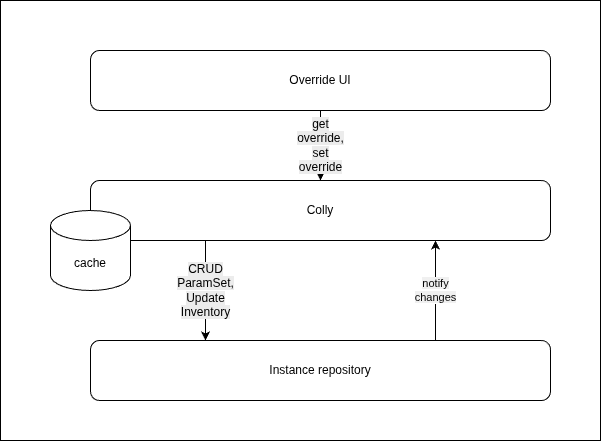
The draw.io diagram docs/images/override-ui-arch.png in sivareddyit/qubership-envgene, before a commit. Source tidied: cells renumbered, new cells last; positions are measured from the earlier drawing's top-left corner, leaving out a move shared by most shapes. Its diagram source:
```xml
<mxGraphModel>
  <root>
    <mxCell id="0" />
    <mxCell id="1" parent="0" />
    <mxCell id="2" style="rounded=0;whiteSpace=wrap;html=1;" parent="1" vertex="1">
      <mxGeometry width="600" height="440" as="geometry" />
    </mxCell>
    <mxCell id="3" value="&lt;span style=&quot;background-color: light-dark(rgb(240, 240, 240), rgb(237, 237, 237));&quot;&gt;notify&lt;/span&gt;&lt;div&gt;&lt;span style=&quot;background-color: light-dark(rgb(240, 240, 240), rgb(237, 237, 237));&quot;&gt;changes&lt;/span&gt;&lt;/div&gt;" style="edgeStyle=orthogonalEdgeStyle;rounded=0;jettySize=auto;html=1;exitX=0.75;exitY=0;exitDx=0;exitDy=0;entryX=0.75;entryY=1;entryDx=0;entryDy=0;" parent="1" edge="1" source="4" target="6">
      <mxGeometry relative="1" as="geometry" />
    </mxCell>
    <mxCell id="4" value="Instance repository" style="rounded=1;whiteSpace=wrap;html=1;" parent="1" vertex="1">
      <mxGeometry x="90" y="340" width="460" height="60" as="geometry" />
    </mxCell>
    <mxCell id="5" value="&lt;span style=&quot;font-size: 12px; text-wrap-mode: wrap; background-color: rgb(236, 236, 236);&quot;&gt;CRUD ParamSet,&lt;br&gt;Update Inventory&lt;/span&gt;" style="edgeStyle=orthogonalEdgeStyle;rounded=0;jettySize=auto;html=1;entryX=0.25;entryY=0;entryDx=0;entryDy=0;exitX=0.25;exitY=1;exitDx=0;exitDy=0;" parent="1" edge="1" source="6" target="4">
      <mxGeometry relative="1" as="geometry" />
    </mxCell>
    <mxCell id="6" value="Colly" style="rounded=1;whiteSpace=wrap;html=1;" parent="1" vertex="1">
      <mxGeometry x="90" y="180" width="460" height="60" as="geometry" />
    </mxCell>
    <mxCell id="7" value="&lt;span style=&quot;color: rgb(0, 0, 0); font-family: Helvetica; font-size: 12px; font-style: normal; font-variant-ligatures: normal; font-variant-caps: normal; font-weight: 400; letter-spacing: normal; orphans: 2; text-align: center; text-indent: 0px; text-transform: none; widows: 2; word-spacing: 0px; -webkit-text-stroke-width: 0px; white-space: normal; background-color: rgb(236, 236, 236); text-decoration-thickness: initial; text-decoration-style: initial; text-decoration-color: initial; display: inline !important; float: none;&quot;&gt;get override,&lt;/span&gt;&lt;div&gt;&lt;span style=&quot;color: rgb(0, 0, 0); font-family: Helvetica; font-size: 12px; font-style: normal; font-variant-ligatures: normal; font-variant-caps: normal; font-weight: 400; letter-spacing: normal; orphans: 2; text-align: center; text-indent: 0px; text-transform: none; widows: 2; word-spacing: 0px; -webkit-text-stroke-width: 0px; white-space: normal; background-color: rgb(236, 236, 236); text-decoration-thickness: initial; text-decoration-style: initial; text-decoration-color: initial; display: inline !important; float: none;&quot;&gt;set override&lt;/span&gt;&lt;/div&gt;" style="edgeStyle=orthogonalEdgeStyle;rounded=0;jettySize=auto;html=1;" parent="1" edge="1" source="8" target="6">
      <mxGeometry relative="1" as="geometry" />
    </mxCell>
    <mxCell id="8" value="Override UI" style="rounded=1;whiteSpace=wrap;html=1;" parent="1" vertex="1">
      <mxGeometry x="90" y="50" width="460" height="60" as="geometry" />
    </mxCell>
    <mxCell id="9" value="cache" style="shape=cylinder3;whiteSpace=wrap;html=1;boundedLbl=1;backgroundOutline=1;size=15;" parent="1" vertex="1">
      <mxGeometry x="50" y="210" width="80" height="80" as="geometry" />
    </mxCell>
  </root>
</mxGraphModel>
```
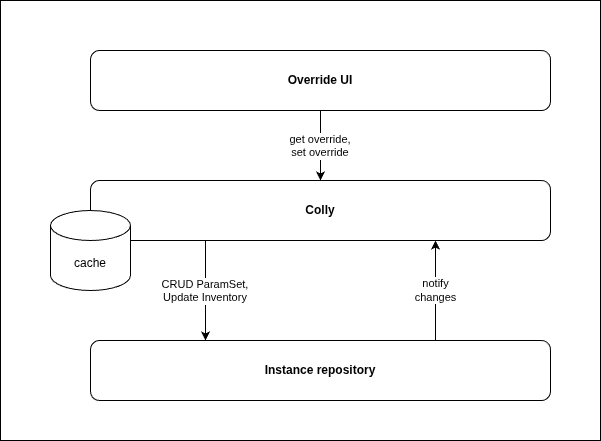
Later version of the same file.

Diff of the diagram source:
```diff
@@ -5,22 +5,22 @@
     <mxCell id="2" style="rounded=0;whiteSpace=wrap;html=1;" parent="1" vertex="1">
       <mxGeometry width="600" height="440" as="geometry" />
     </mxCell>
-    <mxCell id="3" value="&lt;span style=&quot;background-color: light-dark(rgb(240, 240, 240), rgb(237, 237, 237));&quot;&gt;notify&lt;/span&gt;&lt;div&gt;&lt;span style=&quot;background-color: light-dark(rgb(240, 240, 240), rgb(237, 237, 237));&quot;&gt;changes&lt;/span&gt;&lt;/div&gt;" style="edgeStyle=orthogonalEdgeStyle;rounded=0;jettySize=auto;html=1;exitX=0.75;exitY=0;exitDx=0;exitDy=0;entryX=0.75;entryY=1;entryDx=0;entryDy=0;" parent="1" edge="1" source="4" target="6">
+    <mxCell id="3" value="&lt;span style=&quot;&quot;&gt;notify&lt;/span&gt;&lt;div&gt;&lt;span style=&quot;&quot;&gt;changes&lt;/span&gt;&lt;/div&gt;" style="edgeStyle=orthogonalEdgeStyle;rounded=0;jettySize=auto;html=1;exitX=0.75;exitY=0;exitDx=0;exitDy=0;entryX=0.75;entryY=1;entryDx=0;entryDy=0;labelBackgroundColor=default;" parent="1" edge="1" source="4" target="6">
       <mxGeometry relative="1" as="geometry" />
     </mxCell>
-    <mxCell id="4" value="Instance repository" style="rounded=1;whiteSpace=wrap;html=1;" parent="1" vertex="1">
+    <mxCell id="4" value="&lt;b&gt;Instance repository&lt;/b&gt;" style="rounded=1;whiteSpace=wrap;html=1;" parent="1" vertex="1">
       <mxGeometry x="90" y="340" width="460" height="60" as="geometry" />
     </mxCell>
-    <mxCell id="5" value="&lt;span style=&quot;font-size: 12px; text-wrap-mode: wrap; background-color: rgb(236, 236, 236);&quot;&gt;CRUD ParamSet,&lt;br&gt;Update Inventory&lt;/span&gt;" style="edgeStyle=orthogonalEdgeStyle;rounded=0;jettySize=auto;html=1;entryX=0.25;entryY=0;entryDx=0;entryDy=0;exitX=0.25;exitY=1;exitDx=0;exitDy=0;" parent="1" edge="1" source="6" target="4">
+    <mxCell id="5" value="CRUD ParamSet,&#10;Update Inventory" style="edgeStyle=orthogonalEdgeStyle;rounded=0;jettySize=auto;entryX=0.25;entryY=0;entryDx=0;entryDy=0;exitX=0.25;exitY=1;exitDx=0;exitDy=0;" parent="1" edge="1" source="6" target="4">
       <mxGeometry relative="1" as="geometry" />
     </mxCell>
-    <mxCell id="6" value="Colly" style="rounded=1;whiteSpace=wrap;html=1;" parent="1" vertex="1">
+    <mxCell id="6" value="&lt;b&gt;Colly&lt;/b&gt;" style="rounded=1;whiteSpace=wrap;html=1;" parent="1" vertex="1">
       <mxGeometry x="90" y="180" width="460" height="60" as="geometry" />
     </mxCell>
-    <mxCell id="7" value="&lt;span style=&quot;color: rgb(0, 0, 0); font-family: Helvetica; font-size: 12px; font-style: normal; font-variant-ligatures: normal; font-variant-caps: normal; font-weight: 400; letter-spacing: normal; orphans: 2; text-align: center; text-indent: 0px; text-transform: none; widows: 2; word-spacing: 0px; -webkit-text-stroke-width: 0px; white-space: normal; background-color: rgb(236, 236, 236); text-decoration-thickness: initial; text-decoration-style: initial; text-decoration-color: initial; display: inline !important; float: none;&quot;&gt;get override,&lt;/span&gt;&lt;div&gt;&lt;span style=&quot;color: rgb(0, 0, 0); font-family: Helvetica; font-size: 12px; font-style: normal; font-variant-ligatures: normal; font-variant-caps: normal; font-weight: 400; letter-spacing: normal; orphans: 2; text-align: center; text-indent: 0px; text-transform: none; widows: 2; word-spacing: 0px; -webkit-text-stroke-width: 0px; white-space: normal; background-color: rgb(236, 236, 236); text-decoration-thickness: initial; text-decoration-style: initial; text-decoration-color: initial; display: inline !important; float: none;&quot;&gt;set override&lt;/span&gt;&lt;/div&gt;" style="edgeStyle=orthogonalEdgeStyle;rounded=0;jettySize=auto;html=1;" parent="1" edge="1" source="8" target="6">
+    <mxCell id="7" value="get override,&#10;set override" style="edgeStyle=orthogonalEdgeStyle;rounded=0;jettySize=auto;" parent="1" edge="1" source="8" target="6">
       <mxGeometry relative="1" as="geometry" />
     </mxCell>
-    <mxCell id="8" value="Override UI" style="rounded=1;whiteSpace=wrap;html=1;" parent="1" vertex="1">
+    <mxCell id="8" value="&lt;b&gt;Override UI&lt;/b&gt;" style="rounded=1;whiteSpace=wrap;html=1;" parent="1" vertex="1">
       <mxGeometry x="90" y="50" width="460" height="60" as="geometry" />
     </mxCell>
     <mxCell id="9" value="cache" style="shape=cylinder3;whiteSpace=wrap;html=1;boundedLbl=1;backgroundOutline=1;size=15;" parent="1" vertex="1">
```
